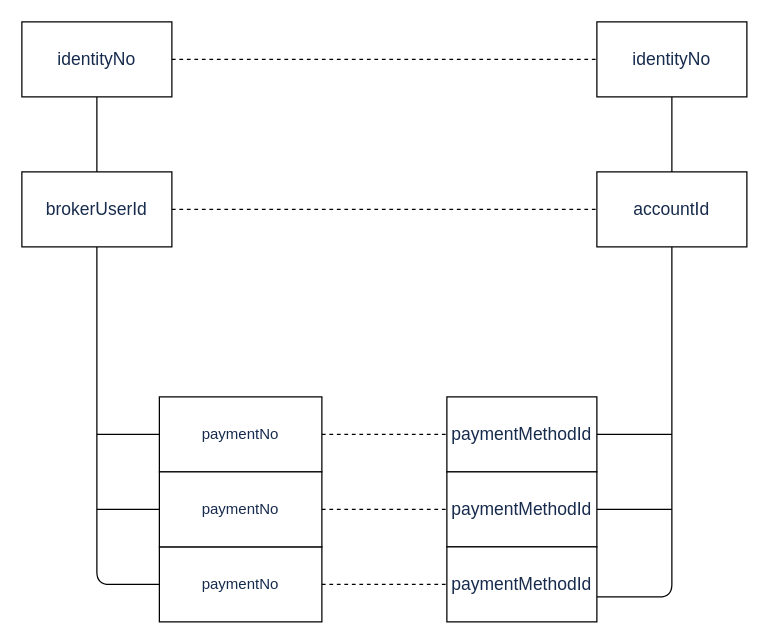
Earlier version of the draw.io diagram Untitled Diagram.drawio (kevinmails/adult-download). Source tidied: cells renumbered, new cells numbered last; positions are measured from the earlier drawing's top-left corner, leaving out a move shared by most shapes. Both pictures are drawn from the tidied source at 125%, with x=0, y=0 at pixel (21, 21).
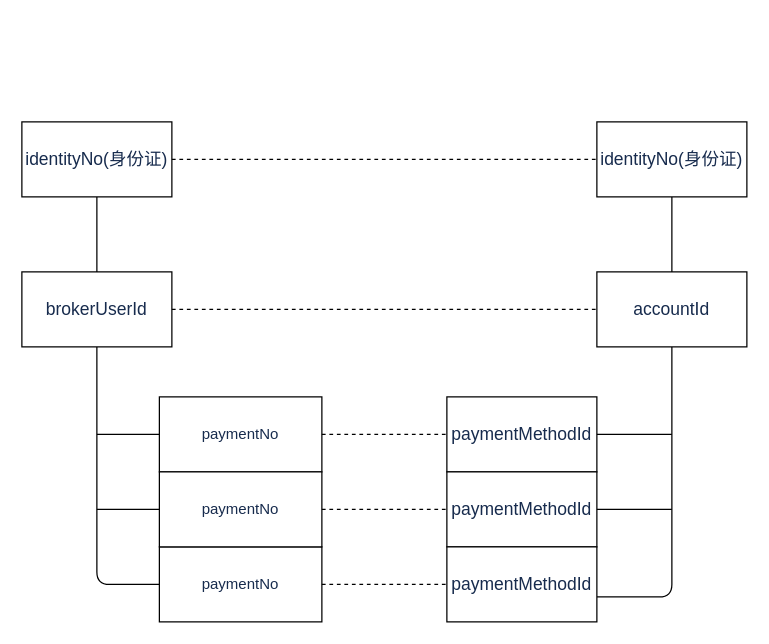
After the change.

The edit, as a diff of the source:
```diff
@@
     <mxCell id="2" value="&lt;span style=&quot;color: rgb(23 , 43 , 77) ; font-family: , &amp;#34;blinkmacsystemfont&amp;#34; , &amp;#34;segoe ui&amp;#34; , &amp;#34;roboto&amp;#34; , &amp;#34;oxygen&amp;#34; , &amp;#34;ubuntu&amp;#34; , &amp;#34;fira sans&amp;#34; , &amp;#34;droid sans&amp;#34; , &amp;#34;helvetica neue&amp;#34; , sans-serif ; font-size: 14px ; text-align: left ; background-color: rgb(255 , 255 , 255)&quot;&gt;brokerUserId&lt;/span&gt;" style="rounded=0;whiteSpace=wrap;html=1;" parent="1" vertex="1">
-      <mxGeometry y="120" width="120" height="60" as="geometry" />
+      <mxGeometry y="200" width="120" height="60" as="geometry" />
     </mxCell>
     <mxCell id="3" value="&lt;span style=&quot;color: rgb(23 , 43 , 77) ; font-family: , &amp;#34;blinkmacsystemfont&amp;#34; , &amp;#34;segoe ui&amp;#34; , &amp;#34;roboto&amp;#34; , &amp;#34;oxygen&amp;#34; , &amp;#34;ubuntu&amp;#34; , &amp;#34;fira sans&amp;#34; , &amp;#34;droid sans&amp;#34; , &amp;#34;helvetica neue&amp;#34; , sans-serif ; font-size: 14px ; text-align: left ; background-color: rgb(255 , 255 , 255)&quot;&gt;accountId&lt;/span&gt;" style="rounded=0;whiteSpace=wrap;html=1;" parent="1" vertex="1">
-      <mxGeometry x="460" y="120" width="120" height="60" as="geometry" />
+      <mxGeometry x="460" y="200" width="120" height="60" as="geometry" />
     </mxCell>
@@
-    <mxCell id="20" value="&lt;span style=&quot;color: rgb(23 , 43 , 77) ; font-family: , &amp;#34;blinkmacsystemfont&amp;#34; , &amp;#34;segoe ui&amp;#34; , &amp;#34;roboto&amp;#34; , &amp;#34;oxygen&amp;#34; , &amp;#34;ubuntu&amp;#34; , &amp;#34;fira sans&amp;#34; , &amp;#34;droid sans&amp;#34; , &amp;#34;helvetica neue&amp;#34; , sans-serif ; font-size: 14px ; text-align: left ; background-color: rgb(255 , 255 , 255)&quot;&gt;identityNo&lt;/span&gt;" style="whiteSpace=wrap;html=1;fontSize=12;" parent="1" vertex="1">
-      <mxGeometry width="120" height="60" as="geometry" />
+    <mxCell id="20" value="&lt;span style=&quot;color: rgb(23 , 43 , 77) ; font-family: , &amp;#34;blinkmacsystemfont&amp;#34; , &amp;#34;segoe ui&amp;#34; , &amp;#34;roboto&amp;#34; , &amp;#34;oxygen&amp;#34; , &amp;#34;ubuntu&amp;#34; , &amp;#34;fira sans&amp;#34; , &amp;#34;droid sans&amp;#34; , &amp;#34;helvetica neue&amp;#34; , sans-serif ; font-size: 14px ; text-align: left ; background-color: rgb(255 , 255 , 255)&quot;&gt;identityNo(身份证)&lt;/span&gt;" style="whiteSpace=wrap;html=1;fontSize=12;" parent="1" vertex="1">
+      <mxGeometry y="80" width="120" height="60" as="geometry" />
     </mxCell>
-    <mxCell id="21" value="&lt;span style=&quot;color: rgb(23 , 43 , 77) ; font-family: , &amp;#34;blinkmacsystemfont&amp;#34; , &amp;#34;segoe ui&amp;#34; , &amp;#34;roboto&amp;#34; , &amp;#34;oxygen&amp;#34; , &amp;#34;ubuntu&amp;#34; , &amp;#34;fira sans&amp;#34; , &amp;#34;droid sans&amp;#34; , &amp;#34;helvetica neue&amp;#34; , sans-serif ; font-size: 14px ; text-align: left ; background-color: rgb(255 , 255 , 255)&quot;&gt;identityNo&lt;/span&gt;" style="whiteSpace=wrap;html=1;fontSize=12;" parent="1" vertex="1">
-      <mxGeometry x="460" width="120" height="60" as="geometry" />
+    <mxCell id="21" value="&lt;span style=&quot;color: rgb(23 , 43 , 77) ; font-size: 14px ; text-align: left ; background-color: rgb(255 , 255 , 255)&quot;&gt;identityNo(身份证)&lt;/span&gt;" style="whiteSpace=wrap;html=1;fontSize=12;" parent="1" vertex="1">
+      <mxGeometry x="460" y="80" width="120" height="60" as="geometry" />
     </mxCell>
```
